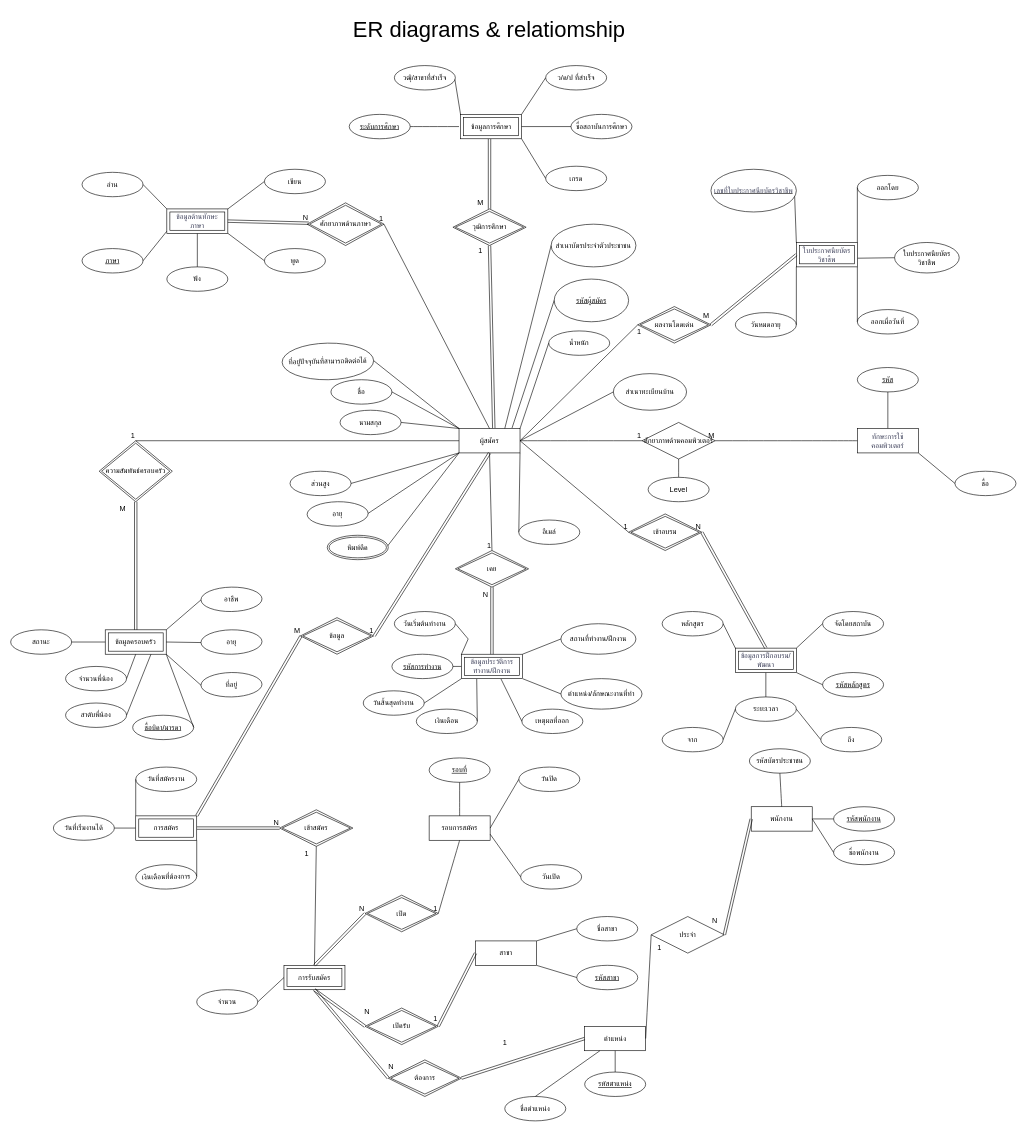
Before: page "ER diagrams & Relationship" (2 of 6) of YZ.drawio in Exises/RandomSalt, a draw.io diagram. Source tidied: cells renumbered, new cells numbered last; positions are measured from the earlier drawing's top-left corner, leaving out a move shared by most shapes. Both pictures are drawn from the tidied source at 61%, with x=0, y=0 at pixel (10, 10).
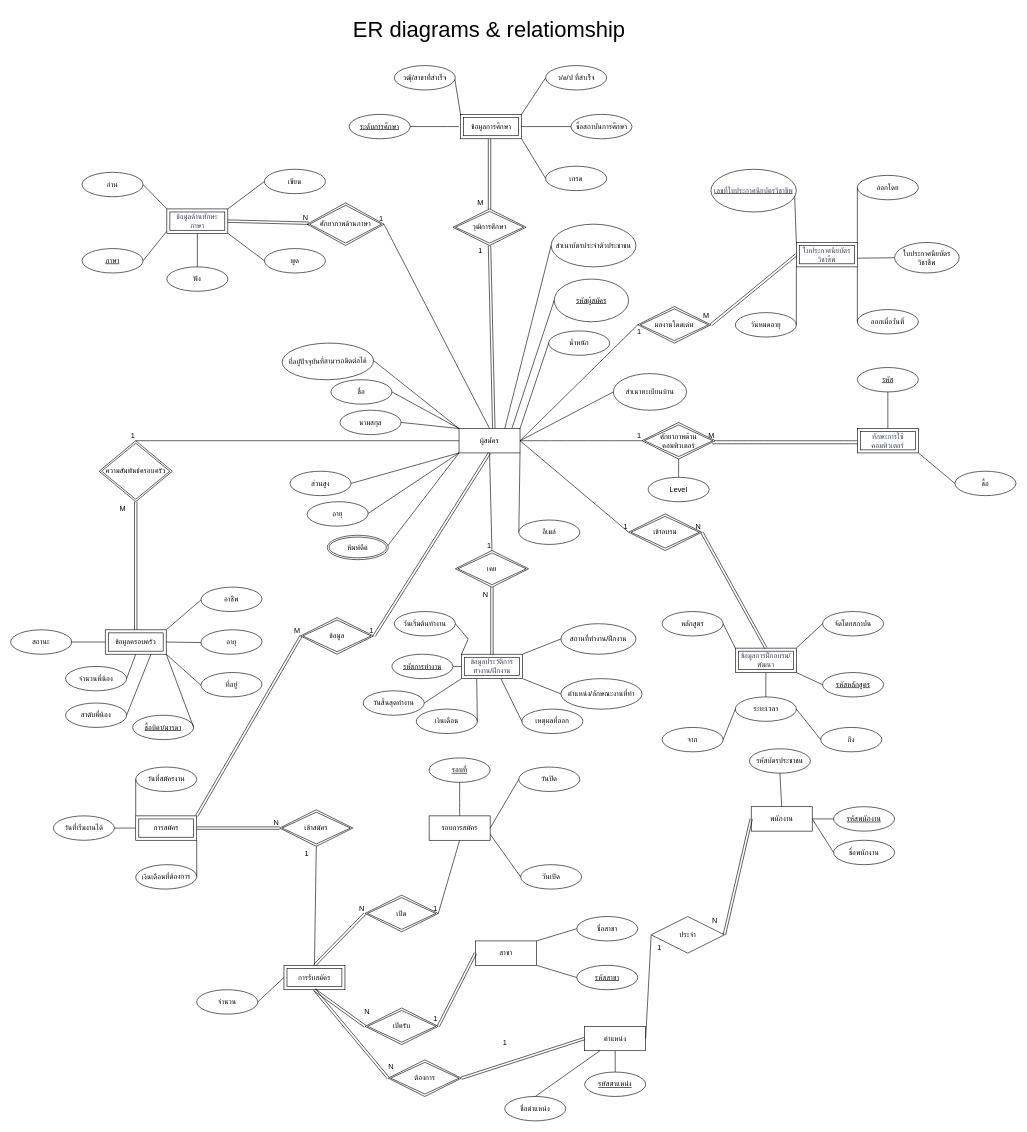
After the change.

The change refers to these unchanged cells:
```xml
<mxCell id="2" value="ผู้สมัคร" style="whiteSpace=wrap;html=1;align=center;labelBackgroundColor=none;" parent="1" vertex="1">
  <mxGeometry x="735" y="685" width="100" height="40" as="geometry" />
</mxCell>
<mxCell id="76" value="ชื่อ" style="ellipse;whiteSpace=wrap;html=1;align=center;labelBackgroundColor=none;" parent="1" vertex="1">
  <mxGeometry x="1548" y="755" width="100" height="40" as="geometry" />
</mxCell>
<mxCell id="77" value="&lt;u&gt;รหัส&lt;/u&gt;" style="ellipse;whiteSpace=wrap;html=1;align=center;labelBackgroundColor=none;" parent="1" vertex="1">
  <mxGeometry x="1388" y="585" width="100" height="40" as="geometry" />
</mxCell>
<mxCell id="159" value="Level" style="ellipse;whiteSpace=wrap;html=1;align=center;" parent="1" vertex="1">
  <mxGeometry x="1045" y="765" width="100" height="40" as="geometry" />
</mxCell>
```

What changed in the source:
```diff
@@
-    <mxCell id="78" style="endArrow=none;html=1;rounded=0;entryX=0;entryY=0.5;entryDx=0;entryDy=0;exitX=1;exitY=1;exitDx=0;exitDy=0;labelBackgroundColor=none;fontColor=default;" parent="1" edge="1" source="150" target="76">
-      <mxGeometry relative="1" as="geometry" />
+    <mxCell id="78" style="endArrow=none;html=1;rounded=0;entryX=0;entryY=0.5;entryDx=0;entryDy=0;exitX=1;exitY=1;exitDx=0;exitDy=0;labelBackgroundColor=none;fontColor=default;" parent="1" edge="1" target="76">
+      <mxGeometry relative="1" as="geometry">
+        <mxPoint x="1488" y="725" as="sourcePoint" />
+      </mxGeometry>
     </mxCell>
-    <mxCell id="79" style="endArrow=none;html=1;rounded=0;entryX=0.5;entryY=1;entryDx=0;entryDy=0;exitX=0.5;exitY=0;exitDx=0;exitDy=0;labelBackgroundColor=none;fontColor=default;" parent="1" edge="1" source="150" target="77">
-      <mxGeometry relative="1" as="geometry" />
+    <mxCell id="79" style="endArrow=none;html=1;rounded=0;entryX=0.5;entryY=1;entryDx=0;entryDy=0;exitX=0.5;exitY=0;exitDx=0;exitDy=0;labelBackgroundColor=none;fontColor=default;" parent="1" edge="1" target="77">
+      <mxGeometry relative="1" as="geometry">
+        <mxPoint x="1438" y="685" as="sourcePoint" />
+      </mxGeometry>
     </mxCell>
@@
-    <mxCell id="150" value="&lt;span style=&quot;color: rgb(57, 60, 86);&quot;&gt;ทักษะการใช้คอมพิวเตอร์&lt;/span&gt;" style="whiteSpace=wrap;html=1;align=center;" parent="1" vertex="1">
-      <mxGeometry x="1388" y="685" width="100" height="40" as="geometry" />
-    </mxCell>
-    <mxCell id="151" value="ศักยาภาพด้านคอมพิวเตอร์" style="shape=rhombus;perimeter=rhombusPerimeter;whiteSpace=wrap;html=1;align=center;" parent="1" vertex="1">
-      <mxGeometry x="1035" y="675" width="120" height="60" as="geometry" />
-    </mxCell>
-    <mxCell id="152" style="endArrow=none;html=1;rounded=0;fontSize=12;startSize=8;endSize=8;curved=1;exitX=1;exitY=0.5;exitDx=0;exitDy=0;entryX=0;entryY=0.5;entryDx=0;entryDy=0;" parent="1" edge="1" source="2" target="151">
-      <mxGeometry relative="1" as="geometry" />
+    <mxCell id="152" style="endArrow=none;html=1;rounded=0;fontSize=12;startSize=8;endSize=8;curved=1;exitX=1;exitY=0.5;exitDx=0;exitDy=0;entryX=0;entryY=0.5;entryDx=0;entryDy=0;" parent="1" edge="1" source="2">
+      <mxGeometry relative="1" as="geometry">
+        <mxPoint x="1035" y="705" as="targetPoint" />
+      </mxGeometry>
     </mxCell>
@@
-    <mxCell id="154" style="endArrow=none;html=1;rounded=0;fontSize=12;startSize=8;endSize=8;curved=1;exitX=0;exitY=0.5;exitDx=0;exitDy=0;entryX=1;entryY=0.5;entryDx=0;entryDy=0;" parent="1" edge="1" source="150" target="151">
-      <mxGeometry relative="1" as="geometry" />
+    <mxCell id="154" style="endArrow=none;html=1;rounded=0;fontSize=12;startSize=8;endSize=8;curved=1;exitX=0;exitY=0.5;exitDx=0;exitDy=0;entryX=1;entryY=0.5;entryDx=0;entryDy=0;" parent="1" edge="1">
+      <mxGeometry relative="1" as="geometry">
+        <mxPoint x="1388" y="705" as="sourcePoint" />
+        <mxPoint x="1155" y="705" as="targetPoint" />
+      </mxGeometry>
     </mxCell>
@@
-    <mxCell id="160" style="endArrow=none;html=1;rounded=0;fontSize=12;startSize=8;endSize=8;curved=1;entryX=0.5;entryY=1;entryDx=0;entryDy=0;exitX=0.5;exitY=0;exitDx=0;exitDy=0;" parent="1" edge="1" source="159" target="151">
-      <mxGeometry relative="1" as="geometry" />
+    <mxCell id="160" style="endArrow=none;html=1;rounded=0;fontSize=12;startSize=8;endSize=8;curved=1;entryX=0.5;entryY=1;entryDx=0;entryDy=0;exitX=0.5;exitY=0;exitDx=0;exitDy=0;" parent="1" edge="1" source="159">
+      <mxGeometry relative="1" as="geometry">
+        <mxPoint x="1095" y="735" as="targetPoint" />
+      </mxGeometry>
     </mxCell>
@@
+    <mxCell id="150" value="&lt;span style=&quot;color: rgb(57, 60, 86);&quot;&gt;ทักษะการใช้คอมพิวเตอร์&lt;/span&gt;" style="shape=ext;margin=3;double=1;whiteSpace=wrap;html=1;align=center;" parent="1" vertex="1">
+      <mxGeometry x="1388" y="685" width="100" height="40" as="geometry" />
+    </mxCell>
+    <mxCell id="151" value="ศักยาภาพด้านคอมพิวเตอร์" style="shape=rhombus;double=1;perimeter=rhombusPerimeter;whiteSpace=wrap;html=1;align=center;" parent="1" vertex="1">
+      <mxGeometry x="1035" y="675" width="120" height="60" as="geometry" />
+    </mxCell>
+    <mxCell id="211" style="endArrow=none;html=1;rounded=0;entryX=0.009;entryY=0.625;entryDx=0;entryDy=0;entryPerimeter=0;" parent="1" edge="1" target="150">
+      <mxGeometry relative="1" as="geometry">
+        <mxPoint x="1150" y="710" as="sourcePoint" />
+      </mxGeometry>
+    </mxCell>
```
